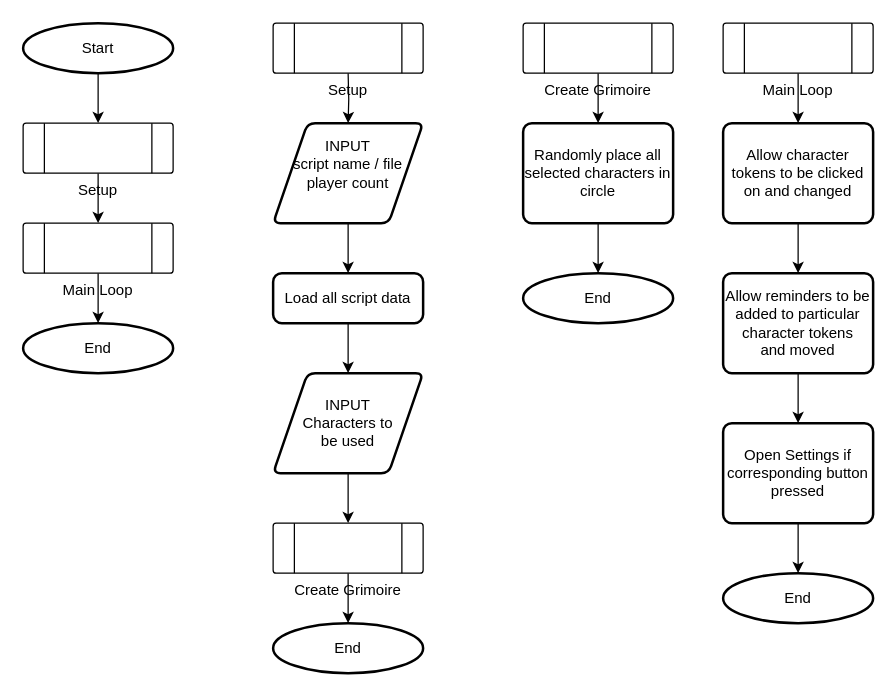
Before: diagrams/grimoire_flowchart.drawio in Nathan3-14/grimoire-nea, a draw.io diagram. Source tidied: cells renumbered, new cells numbered last; positions are measured from the earlier drawing's top-left corner, leaving out a move shared by most shapes. Both pictures are drawn from the tidied source at 125%, with x=0, y=0 at pixel (22, 22).
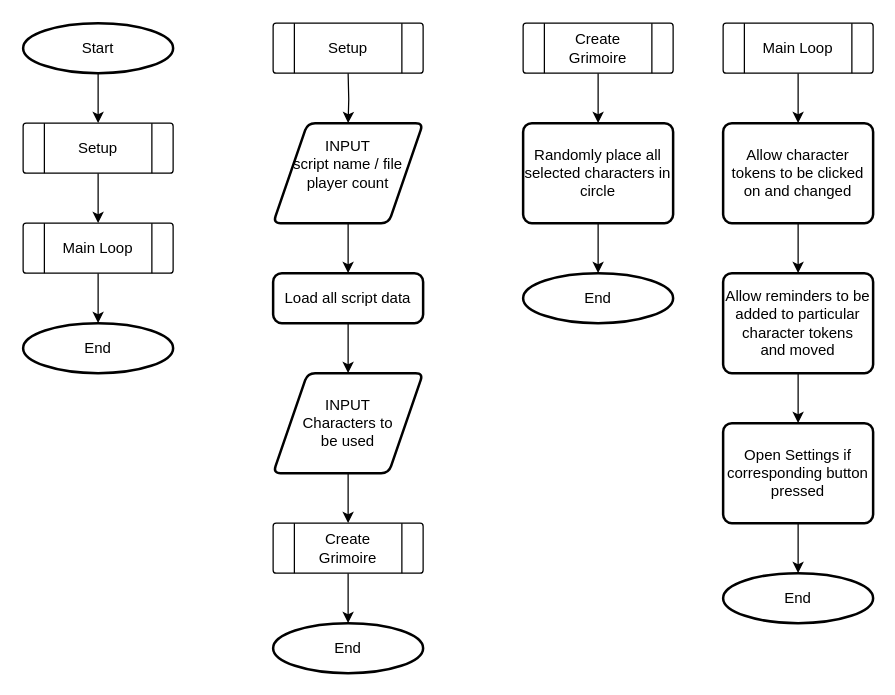
The same diagram, later.

Commit message (it also covers changes not shown here):
Split flowchart diagrams

Change to the diagram source:
```diff
@@
-    <mxCell id="10" value="&lt;div&gt;Create Grimoire&lt;/div&gt;" style="verticalLabelPosition=bottom;verticalAlign=top;html=1;shape=process;whiteSpace=wrap;rounded=1;size=0.14;arcSize=6;" parent="1" vertex="1">
+    <mxCell id="10" style="verticalLabelPosition=bottom;verticalAlign=top;html=1;shape=process;whiteSpace=wrap;rounded=1;size=0.14;arcSize=6;" parent="1" vertex="1">
       <mxGeometry x="400" width="120" height="40" as="geometry" />
     </mxCell>
@@
-    <mxCell id="12" value="Create Grimoire" style="verticalLabelPosition=bottom;verticalAlign=top;html=1;shape=process;whiteSpace=wrap;rounded=1;size=0.14;arcSize=6;" parent="1" vertex="1">
+    <mxCell id="12" style="verticalLabelPosition=bottom;verticalAlign=top;html=1;shape=process;whiteSpace=wrap;rounded=1;size=0.14;arcSize=6;" parent="1" vertex="1">
       <mxGeometry x="200" y="400" width="120" height="40" as="geometry" />
     </mxCell>
-    <mxCell id="13" value="Setup" style="verticalLabelPosition=bottom;verticalAlign=top;html=1;shape=process;whiteSpace=wrap;rounded=1;size=0.14;arcSize=6;" parent="1" vertex="1">
+    <mxCell id="13" style="verticalLabelPosition=bottom;verticalAlign=top;html=1;shape=process;whiteSpace=wrap;rounded=1;size=0.14;arcSize=6;" parent="1" vertex="1">
       <mxGeometry x="200" width="120" height="40" as="geometry" />
     </mxCell>
@@
-    <mxCell id="19" value="Main Loop" style="verticalLabelPosition=bottom;verticalAlign=top;html=1;shape=process;whiteSpace=wrap;rounded=1;size=0.14;arcSize=6;" parent="1" vertex="1">
+    <mxCell id="19" style="verticalLabelPosition=bottom;verticalAlign=top;html=1;shape=process;whiteSpace=wrap;rounded=1;size=0.14;arcSize=6;" parent="1" vertex="1">
       <mxGeometry x="560" width="120" height="40" as="geometry" />
     </mxCell>
@@
-    <mxCell id="30" value="Setup" style="verticalLabelPosition=bottom;verticalAlign=top;html=1;shape=process;whiteSpace=wrap;rounded=1;size=0.14;arcSize=6;" parent="1" vertex="1">
+    <mxCell id="30" style="verticalLabelPosition=bottom;verticalAlign=top;html=1;shape=process;whiteSpace=wrap;rounded=1;size=0.14;arcSize=6;" parent="1" vertex="1">
       <mxGeometry y="80" width="120" height="40" as="geometry" />
     </mxCell>
@@
-    <mxCell id="32" value="Main Loop" style="verticalLabelPosition=bottom;verticalAlign=top;html=1;shape=process;whiteSpace=wrap;rounded=1;size=0.14;arcSize=6;" parent="1" vertex="1">
+    <mxCell id="32" style="verticalLabelPosition=bottom;verticalAlign=top;html=1;shape=process;whiteSpace=wrap;rounded=1;size=0.14;arcSize=6;" parent="1" vertex="1">
       <mxGeometry y="160" width="120" height="40" as="geometry" />
     </mxCell>
@@
+    <mxCell id="34" value="&lt;div&gt;Setup&lt;/div&gt;" style="text;html=1;whiteSpace=wrap;strokeColor=none;fillColor=none;align=center;verticalAlign=middle;rounded=0;" parent="1" vertex="1">
+      <mxGeometry x="30" y="85" width="60" height="30" as="geometry" />
+    </mxCell>
+    <mxCell id="35" value="Main Loop" style="text;html=1;whiteSpace=wrap;strokeColor=none;fillColor=none;align=center;verticalAlign=middle;rounded=0;" parent="1" vertex="1">
+      <mxGeometry x="30" y="165" width="60" height="30" as="geometry" />
+    </mxCell>
+    <mxCell id="36" value="&lt;div&gt;Setup&lt;/div&gt;" style="text;html=1;whiteSpace=wrap;strokeColor=none;fillColor=none;align=center;verticalAlign=middle;rounded=0;" parent="1" vertex="1">
+      <mxGeometry x="230" y="5" width="60" height="30" as="geometry" />
+    </mxCell>
+    <mxCell id="37" value="Main Loop" style="text;html=1;whiteSpace=wrap;strokeColor=none;fillColor=none;align=center;verticalAlign=middle;rounded=0;" parent="1" vertex="1">
+      <mxGeometry x="590" y="5" width="60" height="30" as="geometry" />
+    </mxCell>
+    <mxCell id="38" value="Create Grimoire" style="text;html=1;whiteSpace=wrap;strokeColor=none;fillColor=none;align=center;verticalAlign=middle;rounded=0;" parent="1" vertex="1">
+      <mxGeometry x="230" y="405" width="60" height="30" as="geometry" />
+    </mxCell>
+    <mxCell id="39" value="Create Grimoire" style="text;html=1;whiteSpace=wrap;strokeColor=none;fillColor=none;align=center;verticalAlign=middle;rounded=0;" parent="1" vertex="1">
+      <mxGeometry x="430" y="5" width="60" height="30" as="geometry" />
+    </mxCell>
```
